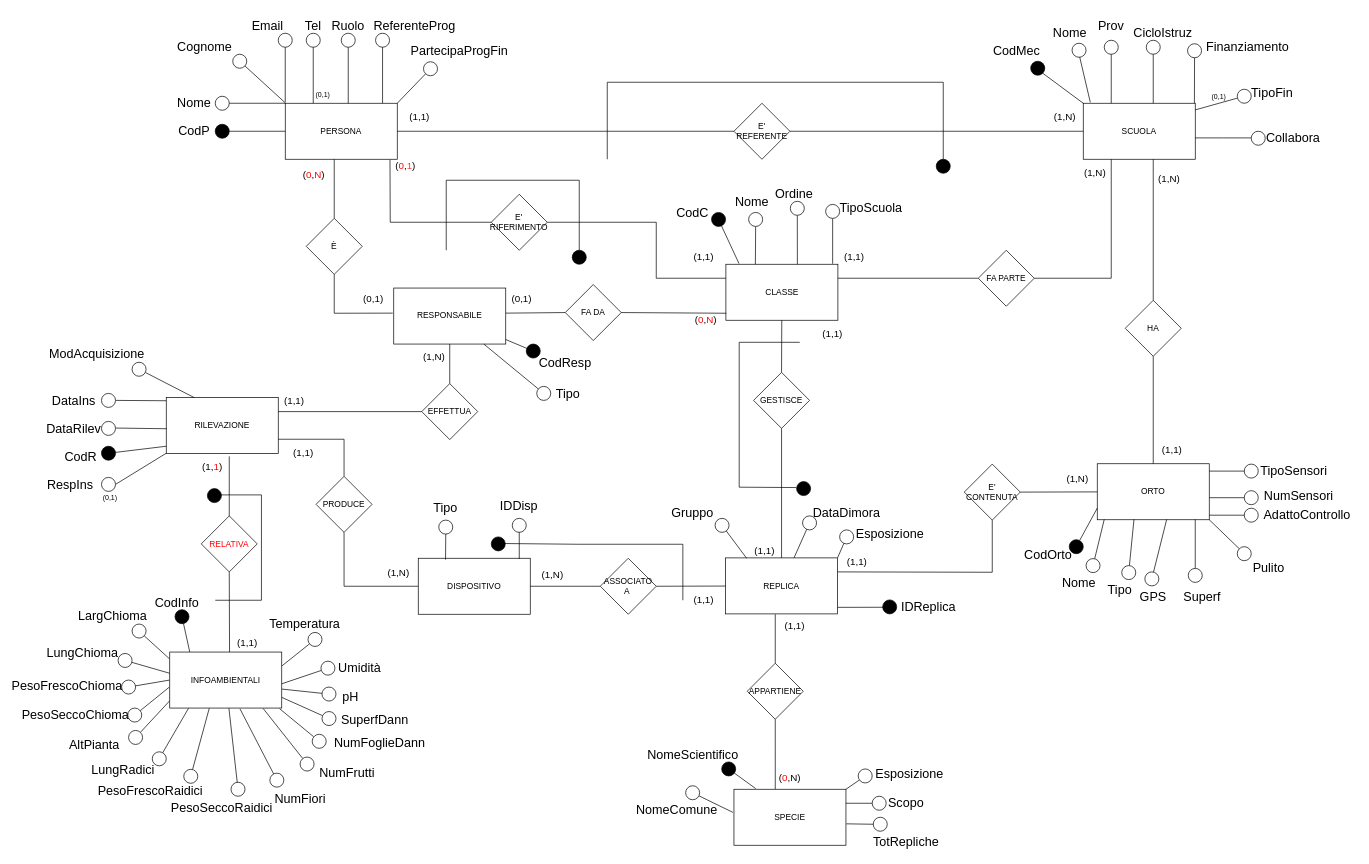
Above: BD_ER_Restructured.drawio in pizzo-kyle/unige (draw.io), before the change. Source tidied: cells renumbered, new cells numbered last; positions are measured from the earlier drawing's top-left corner, leaving out a move shared by most shapes. Both pictures are drawn from the tidied source at 70%, with x=0, y=0 at pixel (38, 12).
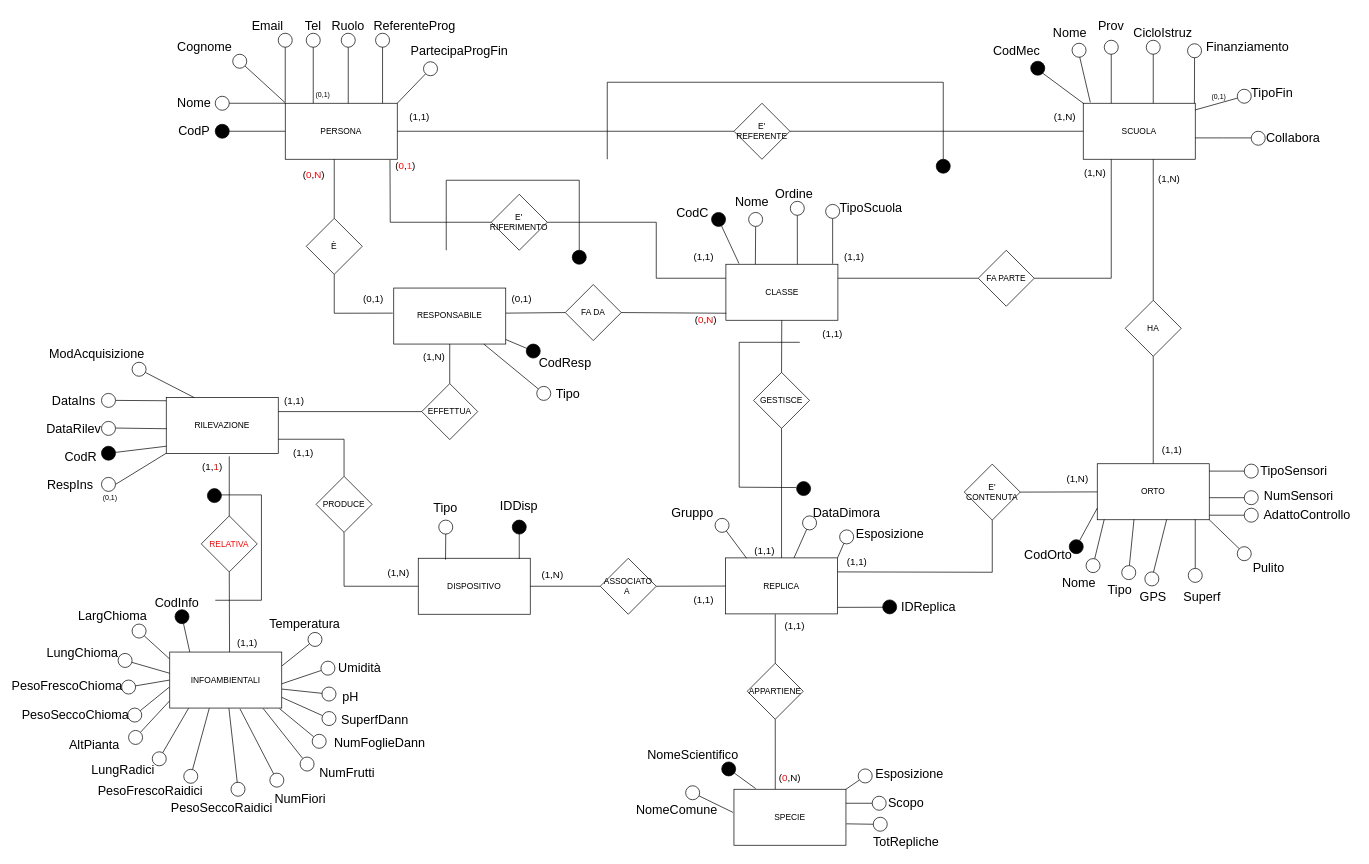
The same diagram, later.

The edit, as a diff of the source:
```diff
@@
     <mxCell id="222" style="ellipse;whiteSpace=wrap;html=1;fillColor=#000000;direction=south;gradientColor=none;" parent="1" vertex="1">
-      <mxGeometry x="646.3" y="749.5" width="20" height="20" as="geometry" />
+      <mxGeometry x="676.3" y="725.5" width="20" height="20" as="geometry" />
     </mxCell>
@@
-    <mxCell id="227" style="endArrow=none;html=1;rounded=0;entryX=0.513;entryY=0.879;entryDx=0;entryDy=0;entryPerimeter=0;" parent="1" edge="1">
-      <mxGeometry relative="1" as="geometry">
-        <mxPoint x="920" y="840" as="sourcePoint" />
-        <mxPoint x="648.7" y="758.8" as="targetPoint" />
-        <Array as="points">
-          <mxPoint x="920" y="760" />
-          <mxPoint x="770" y="760" />
-        </Array>
-      </mxGeometry>
-    </mxCell>
@@
-    <mxCell id="253" style="ellipse;whiteSpace=wrap;html=1;fillColor=#FFFFFF;direction=south;gradientColor=none;" parent="1" vertex="1">
-      <mxGeometry x="676.3" y="723" width="20" height="20" as="geometry" />
-    </mxCell>
```
